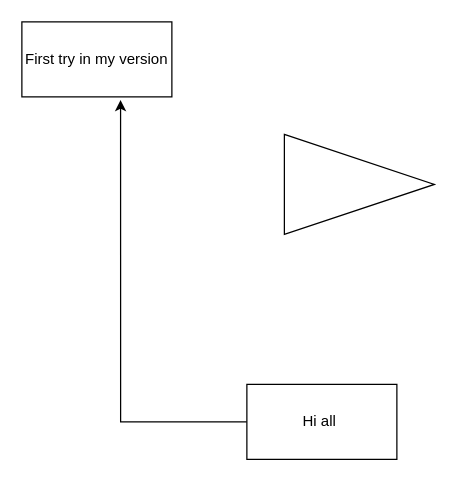
This is Diagramme sans nom.drawio from HipppB/safeHub, a draw.io file, before an edit. Source tidied: cells renumbered, new cells numbered last; positions are measured from the earlier drawing's top-left corner, leaving out a move shared by most shapes. Both pictures are drawn from the tidied source at 125%, with x=0, y=0 at pixel (21, 21).
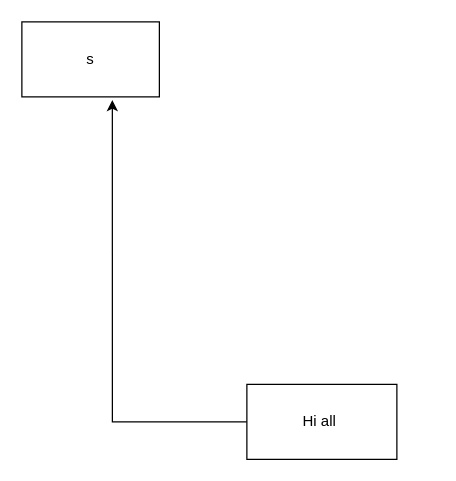
Above is the later version.

Commit message:
Mettre à jour Diagramme sans nom.drawio

What changed in the source:
```diff
@@
 <mxGraphModel>
   <root>
     <mxCell id="0" />
     <mxCell id="1" parent="0" />
     <mxCell id="2" style="edgeStyle=orthogonalEdgeStyle;rounded=0;jettySize=auto;html=1;entryX=0.658;entryY=1.042;entryDx=0;entryDy=0;entryPerimeter=0;" parent="1" edge="1" source="3" target="4">
       <mxGeometry relative="1" as="geometry" />
     </mxCell>
     <mxCell id="3" value="Hi all&amp;nbsp;" style="rounded=0;whiteSpace=wrap;html=1;" parent="1" vertex="1">
       <mxGeometry x="180" y="290" width="120" height="60" as="geometry" />
     </mxCell>
-    <mxCell id="4" value="First try in my version" style="rounded=0;whiteSpace=wrap;html=1;" parent="1" vertex="1">
-      <mxGeometry width="120" height="60" as="geometry" />
+    <mxCell id="4" value="s" style="rounded=0;whiteSpace=wrap;html=1;" parent="1" vertex="1">
+      <mxGeometry width="110" height="60" as="geometry" />
     </mxCell>
-    <mxCell id="5" style="triangle;whiteSpace=wrap;html=1;" parent="1" vertex="1">
-      <mxGeometry x="210" y="90" width="120" height="80" as="geometry" />
-    </mxCell>
   </root>
 </mxGraphModel>
```
